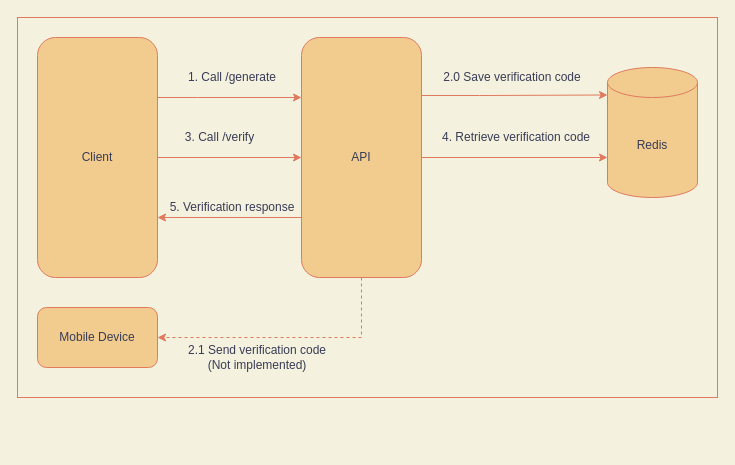
jiaqi-yin/go-verification-code keeps this draw.io diagram as flow.drawio. Above is the earlier version. Source tidied: cells renumbered, new cells numbered last; positions are measured from the earlier drawing's top-left corner, leaving out a move shared by most shapes. Both pictures are drawn from the tidied source at 100%, with x=0, y=0 at pixel (17, 17).
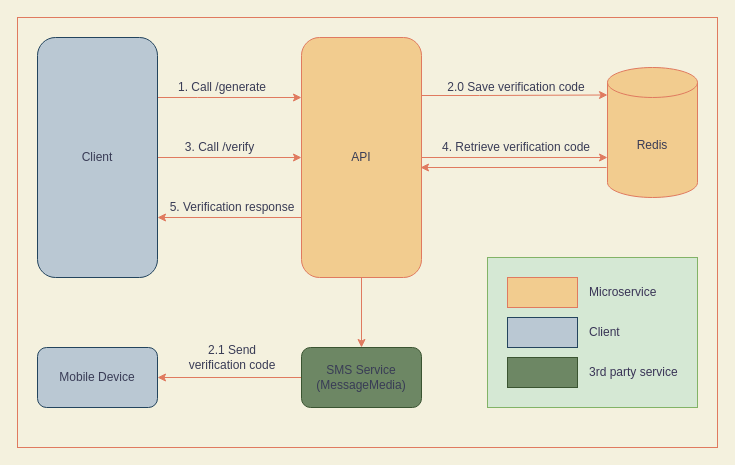
Above is the later version.

Unchanged cells that the change refers to:
```xml
<mxCell id="10" value="API" style="rounded=1;whiteSpace=wrap;html=1;fillColor=#F2CC8F;strokeColor=#E07A5F;fontColor=#393C56;" parent="1" vertex="1">
  <mxGeometry x="284" y="20" width="120" height="240" as="geometry" />
</mxCell>
```

The edit, as a diff of the source:
```diff
@@
+    <mxCell id="19" style="rounded=0;whiteSpace=wrap;html=1;strokeColor=#82b366;fillColor=#d5e8d4;align=left;" parent="1" vertex="1">
+      <mxGeometry x="470" y="240" width="210" height="150" as="geometry" />
+    </mxCell>
     <mxCell id="2" style="rounded=0;whiteSpace=wrap;html=1;sketch=0;fontColor=#393C56;strokeColor=#E07A5F;fillColor=none;" parent="1" vertex="1">
-      <mxGeometry width="700" height="380" as="geometry" />
+      <mxGeometry width="700" height="430" as="geometry" />
     </mxCell>
@@
-    <mxCell id="5" value="Client" style="rounded=1;whiteSpace=wrap;html=1;fillColor=#F2CC8F;strokeColor=#E07A5F;fontColor=#393C56;" parent="1" vertex="1">
+    <mxCell id="5" value="Client" style="rounded=1;whiteSpace=wrap;html=1;fillColor=#bac8d3;strokeColor=#23445d;fontColor=#393c56;" parent="1" vertex="1">
       <mxGeometry x="20" y="20" width="120" height="240" as="geometry" />
     </mxCell>
@@
-    <mxCell id="7" style="edgeStyle=orthogonalEdgeStyle;rounded=0;jettySize=auto;html=1;entryX=1;entryY=0.5;entryDx=0;entryDy=0;dashed=1;labelBackgroundColor=#F4F1DE;strokeColor=#E07A5F;fontColor=#393C56;" parent="1" edge="1" source="10" target="13">
-      <mxGeometry relative="1" as="geometry">
-        <Array as="points">
-          <mxPoint x="344" y="320" />
-        </Array>
-      </mxGeometry>
+    <mxCell id="7" style="edgeStyle=orthogonalEdgeStyle;rounded=0;jettySize=auto;html=1;entryX=1;entryY=0.5;entryDx=0;entryDy=0;labelBackgroundColor=#F4F1DE;strokeColor=#E07A5F;fontColor=#393C56;exitX=0;exitY=0.5;exitDx=0;exitDy=0;" parent="1" edge="1" source="21" target="13">
+      <mxGeometry relative="1" as="geometry" />
     </mxCell>
@@
+    <mxCell id="20" style="edgeStyle=orthogonalEdgeStyle;rounded=0;jettySize=auto;html=1;exitX=0.5;exitY=1;exitDx=0;exitDy=0;entryX=0.5;entryY=0;entryDx=0;entryDy=0;labelBackgroundColor=#F4F1DE;fontColor=#393456;strokeColor=#e07a5f;" parent="1" edge="1" source="10" target="21">
+      <mxGeometry relative="1" as="geometry" />
+    </mxCell>
@@
     <mxCell id="11" value="1. Call /generate" style="text;html=1;strokeColor=none;fillColor=none;align=center;verticalAlign=middle;whiteSpace=wrap;rounded=0;fontColor=#393C56;" parent="1" vertex="1">
-      <mxGeometry x="160" y="50" width="110" height="20" as="geometry" />
+      <mxGeometry x="150" y="60" width="110" height="20" as="geometry" />
     </mxCell>
@@
-    <mxCell id="13" value="Mobile Device" style="rounded=1;whiteSpace=wrap;html=1;fillColor=#F2CC8F;strokeColor=#E07A5F;fontColor=#393C56;" parent="1" vertex="1">
-      <mxGeometry x="20" y="290" width="120" height="60" as="geometry" />
+    <mxCell id="13" value="Mobile Device" style="rounded=1;whiteSpace=wrap;html=1;fillColor=#bac8d3;strokeColor=#23445d;fontColor=#393c56;" parent="1" vertex="1">
+      <mxGeometry x="20" y="330" width="120" height="60" as="geometry" />
     </mxCell>
-    <mxCell id="14" value="2.1 Send verification code&lt;br&gt;(Not implemented)" style="text;html=1;strokeColor=none;fillColor=none;align=center;verticalAlign=middle;whiteSpace=wrap;rounded=0;fontColor=#393C56;" parent="1" vertex="1">
-      <mxGeometry x="160" y="330" width="160" height="20" as="geometry" />
+    <mxCell id="14" value="2.1 Send&lt;br&gt;verification code" style="text;html=1;strokeColor=none;fillColor=none;align=center;verticalAlign=middle;whiteSpace=wrap;rounded=0;fontColor=#393C56;" parent="1" vertex="1">
+      <mxGeometry x="135" y="330" width="160" height="20" as="geometry" />
     </mxCell>
     <mxCell id="15" value="2.0 Save verification code" style="text;html=1;strokeColor=none;fillColor=none;align=center;verticalAlign=middle;whiteSpace=wrap;rounded=0;fontColor=#393C56;" parent="1" vertex="1">
-      <mxGeometry x="420" y="50" width="150" height="20" as="geometry" />
+      <mxGeometry x="424" y="60" width="150" height="20" as="geometry" />
     </mxCell>
     <mxCell id="16" value="3. Call /verify" style="text;html=1;strokeColor=none;fillColor=none;align=center;verticalAlign=middle;whiteSpace=wrap;rounded=0;fontColor=#393C56;" parent="1" vertex="1">
-      <mxGeometry x="160" y="110" width="85" height="20" as="geometry" />
+      <mxGeometry x="160" y="120" width="85" height="20" as="geometry" />
     </mxCell>
     <mxCell id="17" value="4. Retrieve verification code" style="text;html=1;strokeColor=none;fillColor=none;align=center;verticalAlign=middle;whiteSpace=wrap;rounded=0;fontColor=#393C56;" parent="1" vertex="1">
-      <mxGeometry x="414" y="110" width="170" height="20" as="geometry" />
+      <mxGeometry x="414" y="120" width="170" height="20" as="geometry" />
     </mxCell>
@@
+    <mxCell id="21" value="SMS Service&lt;br&gt;(MessageMedia)" style="rounded=1;whiteSpace=wrap;html=1;strokeColor=#3A5431;fillColor=#6d8764;fontColor=#393c56;" parent="1" vertex="1">
+      <mxGeometry x="284" y="330" width="120" height="60" as="geometry" />
+    </mxCell>
+    <mxCell id="22" style="rounded=0;whiteSpace=wrap;html=1;fontColor=#393456;fillColor=#bac8d3;strokeColor=#23445d;" parent="1" vertex="1">
+      <mxGeometry x="490" y="300" width="70" height="30" as="geometry" />
+    </mxCell>
+    <mxCell id="23" style="rounded=0;whiteSpace=wrap;html=1;fontColor=#393456;strokeColor=#E07A5F;fillColor=#F2CC8F;" parent="1" vertex="1">
+      <mxGeometry x="490" y="260" width="70" height="30" as="geometry" />
+    </mxCell>
+    <mxCell id="24" style="rounded=0;whiteSpace=wrap;html=1;fontColor=#393456;fillColor=#6d8764;strokeColor=#3a5431;" parent="1" vertex="1">
+      <mxGeometry x="490" y="340" width="70" height="30" as="geometry" />
+    </mxCell>
+    <mxCell id="25" value="Client" style="text;html=1;strokeColor=none;fillColor=none;align=left;verticalAlign=middle;whiteSpace=wrap;rounded=0;fontColor=#393456;" parent="1" vertex="1">
+      <mxGeometry x="570" y="305" width="40" height="20" as="geometry" />
+    </mxCell>
+    <mxCell id="26" value="Microservice" style="text;html=1;strokeColor=none;fillColor=none;align=left;verticalAlign=middle;whiteSpace=wrap;rounded=0;fontColor=#393456;" parent="1" vertex="1">
+      <mxGeometry x="570" y="265" width="70" height="20" as="geometry" />
+    </mxCell>
+    <mxCell id="27" value="3rd party service" style="text;html=1;strokeColor=none;fillColor=none;align=left;verticalAlign=middle;whiteSpace=wrap;rounded=0;fontColor=#393456;" parent="1" vertex="1">
+      <mxGeometry x="570" y="345" width="100" height="20" as="geometry" />
+    </mxCell>
+    <mxCell id="28" style="endArrow=classic;html=1;labelBackgroundColor=#F4F1DE;fontColor=#393c56;strokeColor=#e07a5f;" parent="1" edge="1">
+      <mxGeometry relative="1" as="geometry">
+        <mxPoint x="589" y="150" as="sourcePoint" />
+        <mxPoint x="403" y="150" as="targetPoint" />
+      </mxGeometry>
+    </mxCell>
```
